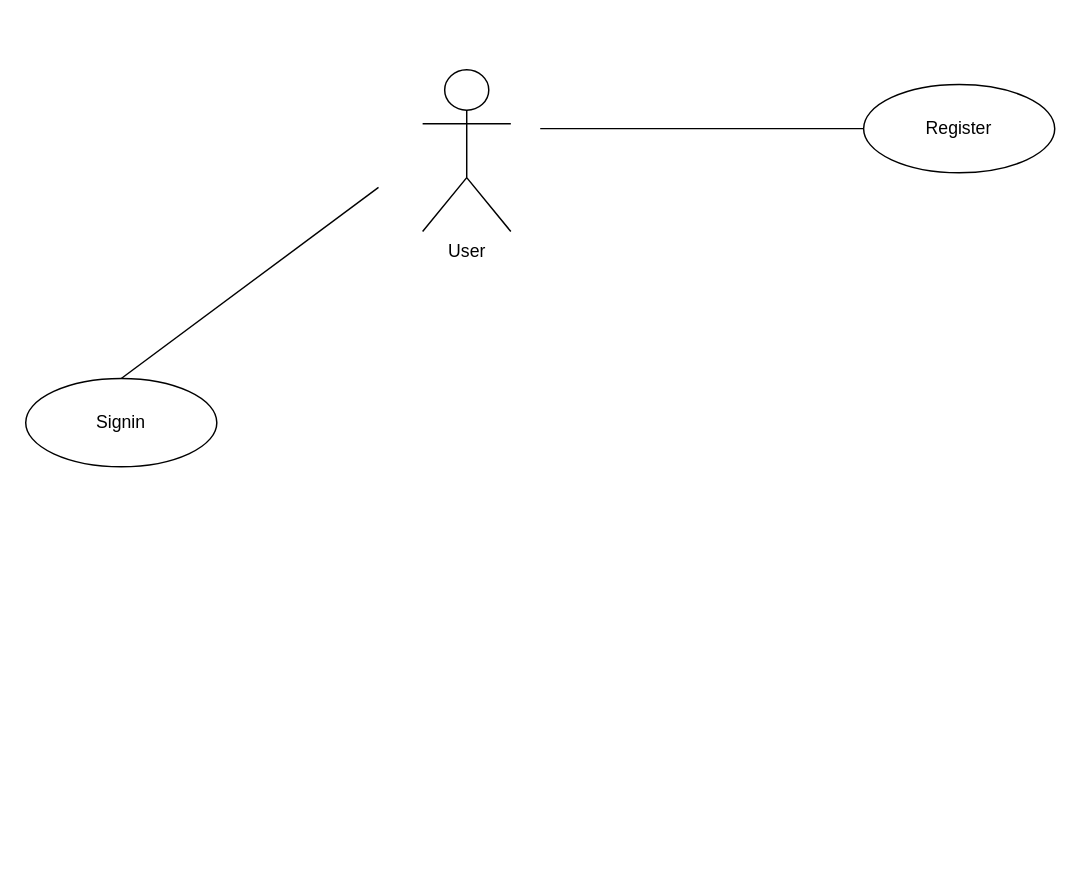
Before: docs/diagrama_de_casos_de_uso.drawio in danielbarbozadasilva/freelancer-service-backend-solid, a draw.io diagram. Source tidied: cells renumbered, new cells numbered last; positions are measured from the earlier drawing's top-left corner, leaving out a move shared by most shapes. Both pictures are drawn from the tidied source at 147%, with x=0, y=0 at pixel (25, 69).
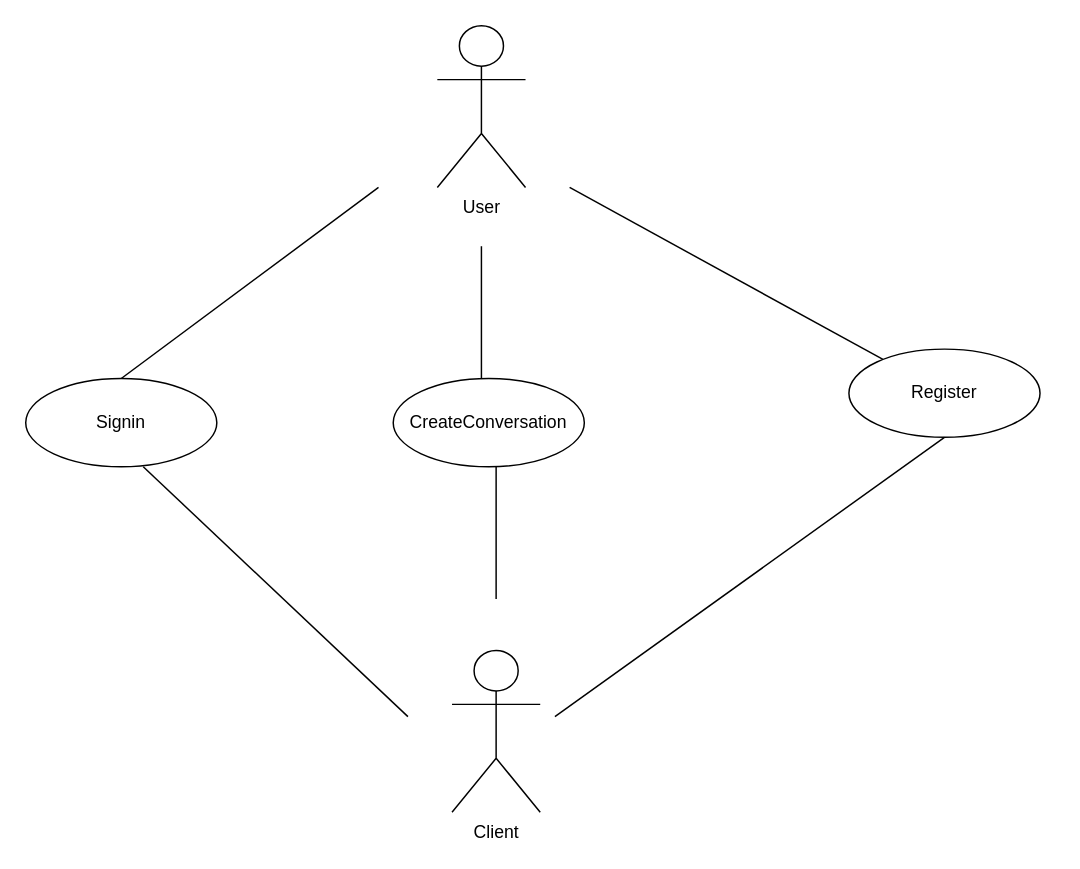
The same page after the edit.

Diff of the diagram source:
```diff
@@
 <mxGraphModel>
   <root>
     <mxCell id="0" />
     <mxCell id="1" parent="0" />
     <mxCell id="2" value="User" style="shape=umlActor;verticalLabelPosition=bottom;verticalAlign=top;html=1;" parent="1" vertex="1">
-      <mxGeometry x="270" width="60" height="110" as="geometry" />
+      <mxGeometry x="280" y="-30" width="60" height="110" as="geometry" />
     </mxCell>
     <mxCell id="3" value="Signin" style="ellipse;whiteSpace=wrap;html=1;" parent="1" vertex="1">
       <mxGeometry y="210" width="130" height="60" as="geometry" />
     </mxCell>
     <mxCell id="4" style="endArrow=none;endFill=0;endSize=12;html=1;rounded=0;entryX=0.5;entryY=0;entryDx=0;entryDy=0;" parent="1" edge="1" target="3">
       <mxGeometry relative="1" as="geometry">
         <mxPoint x="240" y="80" as="sourcePoint" />
       </mxGeometry>
     </mxCell>
     <mxCell id="5" value="Register" style="ellipse;whiteSpace=wrap;html=1;" parent="1" vertex="1">
-      <mxGeometry x="570" y="10" width="130" height="60" as="geometry" />
+      <mxGeometry x="560" y="190" width="130" height="60" as="geometry" />
     </mxCell>
     <mxCell id="6" style="endArrow=none;endFill=0;endSize=12;html=1;rounded=0;" parent="1" edge="1" target="5">
       <mxGeometry relative="1" as="geometry">
-        <mxPoint x="350" y="40" as="sourcePoint" />
+        <mxPoint x="370" y="80" as="sourcePoint" />
       </mxGeometry>
     </mxCell>
+    <mxCell id="7" value="Client" style="shape=umlActor;verticalLabelPosition=bottom;verticalAlign=top;html=1;" parent="1" vertex="1">
+      <mxGeometry x="290" y="395" width="60" height="110" as="geometry" />
+    </mxCell>
+    <mxCell id="8" style="endArrow=none;html=1;rounded=0;entryX=0.615;entryY=1;entryDx=0;entryDy=0;entryPerimeter=0;" parent="1" edge="1" target="3">
+      <mxGeometry relative="1" as="geometry">
+        <mxPoint x="260" y="440" as="sourcePoint" />
+      </mxGeometry>
+    </mxCell>
+    <mxCell id="9" style="endArrow=none;html=1;rounded=0;entryX=0.5;entryY=1;entryDx=0;entryDy=0;" parent="1" edge="1" target="5">
+      <mxGeometry relative="1" as="geometry">
+        <mxPoint x="360" y="440" as="sourcePoint" />
+      </mxGeometry>
+    </mxCell>
+    <mxCell id="10" value="CreateConversation" style="ellipse;whiteSpace=wrap;html=1;" parent="1" vertex="1">
+      <mxGeometry x="250" y="210" width="130" height="60" as="geometry" />
+    </mxCell>
+    <mxCell id="11" style="endArrow=none;html=1;rounded=0;" parent="1" edge="1">
+      <mxGeometry relative="1" as="geometry">
+        <mxPoint x="320" y="360" as="sourcePoint" />
+        <mxPoint x="320" y="270" as="targetPoint" />
+      </mxGeometry>
+    </mxCell>
+    <mxCell id="12" style="endArrow=none;html=1;rounded=0;" parent="1" edge="1">
+      <mxGeometry relative="1" as="geometry">
+        <mxPoint x="310" y="210" as="sourcePoint" />
+        <mxPoint x="310" y="120" as="targetPoint" />
+      </mxGeometry>
+    </mxCell>
   </root>
 </mxGraphModel>
```
